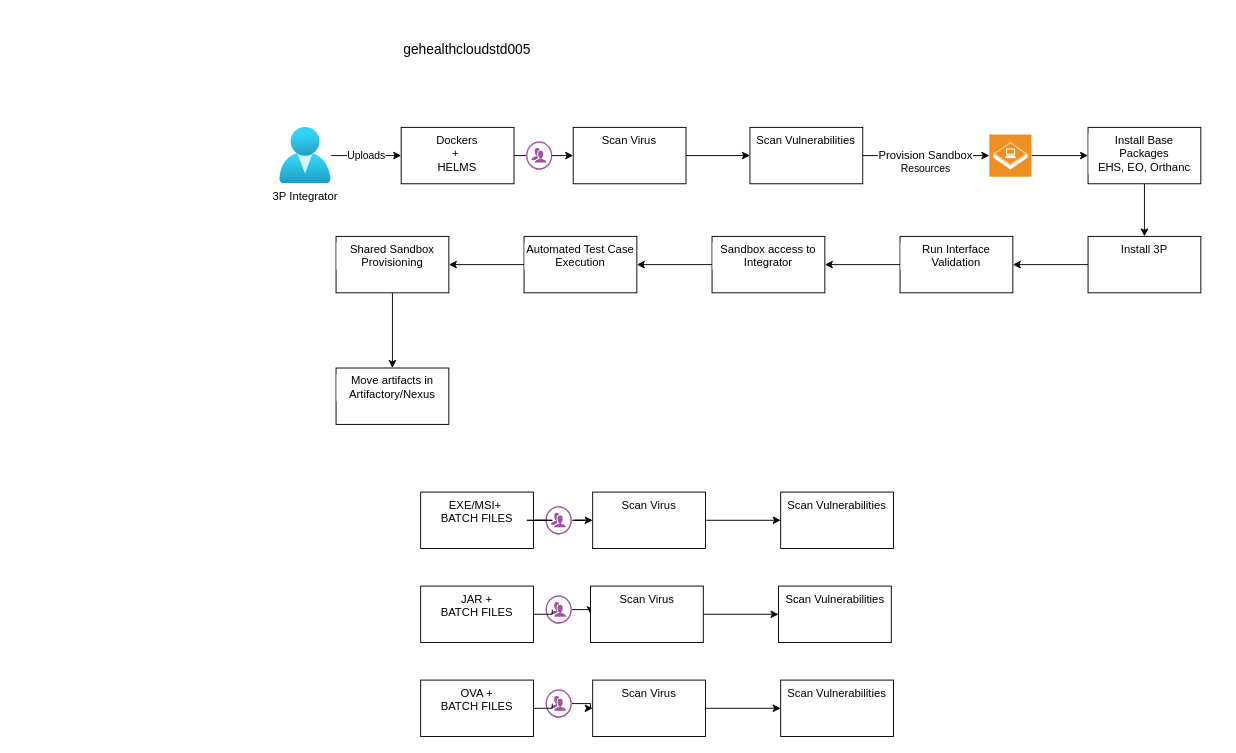
Above: Onboarding_Portal.drawio in rahoolp/gediagrams (draw.io), before the change. Source tidied: cells renumbered, new cells numbered last; positions are measured from the earlier drawing's top-left corner, leaving out a move shared by most shapes. Both pictures are drawn from the tidied source at 94%, with x=0, y=0 at pixel (279, 35). Pictures stored in the file or linked from it are replaced by grey dashed boxes.
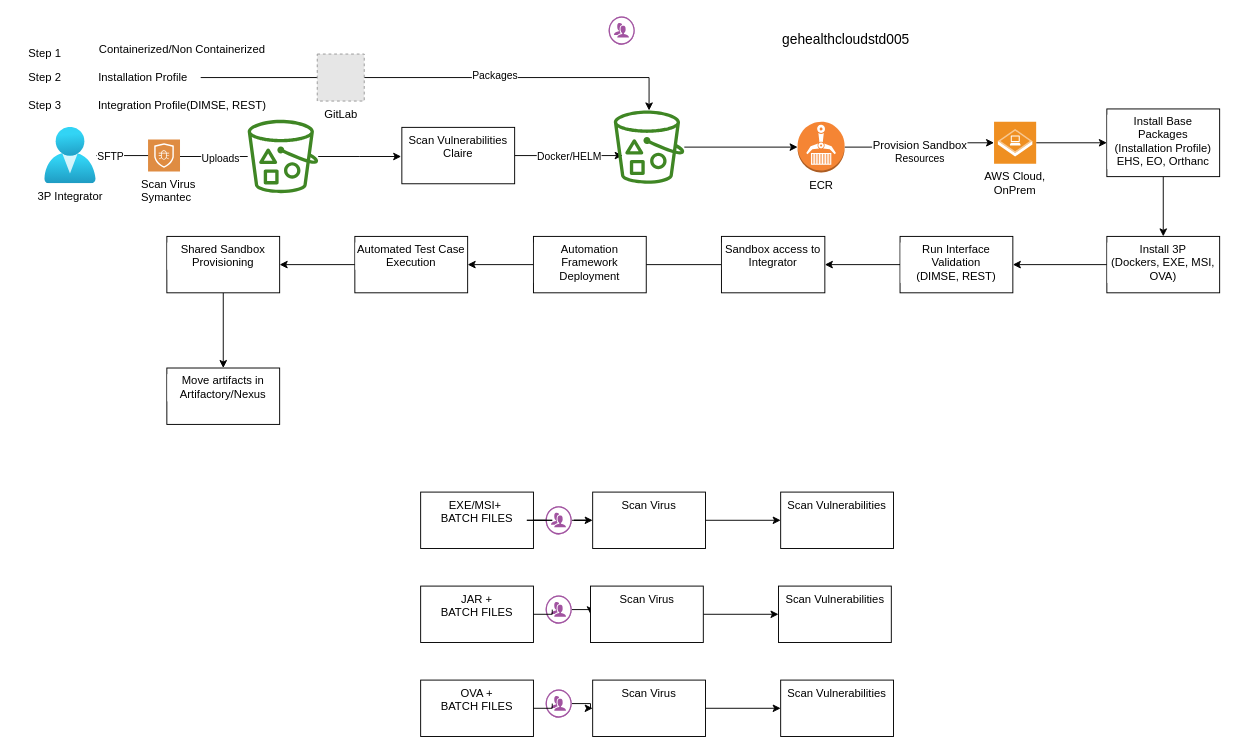
The same diagram, later.

Change to the diagram source:
```diff
@@
-    <mxCell id="2" value="Uploads" style="edgeStyle=orthogonalEdgeStyle;rounded=0;jettySize=auto;html=1;" parent="1" edge="1" source="3" target="5">
-      <mxGeometry relative="1" as="geometry" />
-    </mxCell>
     <mxCell id="3" value="3P Integrator" style="html=1;points=[];align=center;image;fontSize=12;image=img/lib/azure2/identity/Users.svg;" parent="1" vertex="1">
-      <mxGeometry y="98" width="54.9" height="60" as="geometry" />
+      <mxGeometry x="-250" y="98" width="54.9" height="60" as="geometry" />
     </mxCell>
-    <mxCell id="4" style="edgeStyle=orthogonalEdgeStyle;rounded=0;jettySize=auto;html=1;" parent="1" edge="1" source="5" target="7">
-      <mxGeometry relative="1" as="geometry" />
+    <mxCell id="4" style="edgeStyle=orthogonalEdgeStyle;rounded=0;orthogonalLoop=1;jettySize=auto;html=1;" parent="1" edge="1">
+      <mxGeometry relative="1" as="geometry">
+        <mxPoint x="312.3" y="128" as="targetPoint" />
+      </mxGeometry>
     </mxCell>
-    <mxCell id="5" value="Dockers&lt;br&gt;+&amp;nbsp;&lt;br&gt;HELMS" style="whiteSpace=wrap;html=1;verticalAlign=top;labelBackgroundColor=default;" parent="1" vertex="1">
-      <mxGeometry x="129.3" y="98" width="120" height="60" as="geometry" />
-    </mxCell>
-    <mxCell id="6" style="edgeStyle=orthogonalEdgeStyle;rounded=0;jettySize=auto;html=1;" parent="1" edge="1" source="7" target="15">
-      <mxGeometry relative="1" as="geometry" />
-    </mxCell>
-    <mxCell id="7" value="Scan Virus" style="whiteSpace=wrap;html=1;verticalAlign=top;labelBackgroundColor=default;" parent="1" vertex="1">
-      <mxGeometry x="312.3" y="98" width="120" height="60" as="geometry" />
-    </mxCell>
@@
-    <mxCell id="14" value="&lt;br&gt;&lt;span style=&quot;color: rgb(0, 0, 0); font-family: Helvetica; font-size: 12px; font-style: normal; font-variant-ligatures: normal; font-variant-caps: normal; font-weight: 400; letter-spacing: normal; orphans: 2; text-align: center; text-indent: 0px; text-transform: none; widows: 2; word-spacing: 0px; -webkit-text-stroke-width: 0px; background-color: rgb(255, 255, 255); text-decoration-thickness: initial; text-decoration-style: initial; text-decoration-color: initial; float: none; display: inline !important;&quot;&gt;Provision Sandbox&lt;/span&gt;&lt;br style=&quot;color: rgb(0, 0, 0); font-family: Helvetica; font-size: 12px; font-style: normal; font-variant-ligatures: normal; font-variant-caps: normal; font-weight: 400; letter-spacing: normal; orphans: 2; text-align: center; text-indent: 0px; text-transform: none; widows: 2; word-spacing: 0px; -webkit-text-stroke-width: 0px; text-decoration-thickness: initial; text-decoration-style: initial; text-decoration-color: initial;&quot;&gt;Resources" style="edgeStyle=orthogonalEdgeStyle;rounded=0;jettySize=auto;html=1;" parent="1" edge="1" source="15" target="29">
+    <mxCell id="14" value="&lt;br&gt;&lt;span style=&quot;color: rgb(0, 0, 0); font-family: Helvetica; font-size: 12px; font-style: normal; font-variant-ligatures: normal; font-variant-caps: normal; font-weight: 400; letter-spacing: normal; orphans: 2; text-align: center; text-indent: 0px; text-transform: none; widows: 2; word-spacing: 0px; -webkit-text-stroke-width: 0px; background-color: rgb(255, 255, 255); text-decoration-thickness: initial; text-decoration-style: initial; text-decoration-color: initial; float: none; display: inline !important;&quot;&gt;Provision Sandbox&lt;/span&gt;&lt;br style=&quot;color: rgb(0, 0, 0); font-family: Helvetica; font-size: 12px; font-style: normal; font-variant-ligatures: normal; font-variant-caps: normal; font-weight: 400; letter-spacing: normal; orphans: 2; text-align: center; text-indent: 0px; text-transform: none; widows: 2; word-spacing: 0px; -webkit-text-stroke-width: 0px; text-decoration-thickness: initial; text-decoration-style: initial; text-decoration-color: initial;&quot;&gt;Resources" style="edgeStyle=orthogonalEdgeStyle;rounded=0;jettySize=auto;html=1;exitX=1;exitY=0.5;exitDx=0;exitDy=0;exitPerimeter=0;" parent="1" edge="1" source="66" target="29">
       <mxGeometry relative="1" as="geometry" />
     </mxCell>
+    <mxCell id="48" value="Docker/HELM" style="edgeStyle=orthogonalEdgeStyle;rounded=0;jettySize=auto;html=1;" parent="1" edge="1" source="15">
+      <mxGeometry relative="1" as="geometry">
+        <mxPoint x="364.9" y="128" as="targetPoint" />
+      </mxGeometry>
+    </mxCell>
-    <mxCell id="15" value="Scan Vulnerabilities" style="whiteSpace=wrap;html=1;verticalAlign=top;labelBackgroundColor=default;" parent="1" vertex="1">
-      <mxGeometry x="500.3" y="98" width="120" height="60" as="geometry" />
+    <mxCell id="15" value="Scan Vulnerabilities&lt;br&gt;Claire" style="whiteSpace=wrap;html=1;verticalAlign=top;labelBackgroundColor=default;" parent="1" vertex="1">
+      <mxGeometry x="130" y="98" width="120" height="60" as="geometry" />
     </mxCell>
@@
     <mxCell id="19" style="verticalLabelPosition=bottom;sketch=0;html=1;fillColor=#A153A0;strokeColor=#ffffff;verticalAlign=top;align=center;shape=mxgraph.cisco_safe.compositeIcon;bgIcon=ellipse;resIcon=mxgraph.cisco_safe.design.users;" parent="1" vertex="1">
-      <mxGeometry x="262.3" y="113" width="27.7" height="30" as="geometry" />
+      <mxGeometry x="350" y="-20" width="27.7" height="30" as="geometry" />
     </mxCell>
@@
-    <mxCell id="29" style="shadow=0;dashed=0;html=1;strokeColor=none;fillColor=#EF8F21;labelPosition=center;verticalLabelPosition=bottom;verticalAlign=top;align=center;outlineConnect=0;shape=mxgraph.veeam.2d.on_demand_sandbox;" parent="1" vertex="1">
-      <mxGeometry x="755" y="105.6" width="44.8" height="44.8" as="geometry" />
+    <mxCell id="29" value="AWS Cloud,&lt;br&gt;OnPrem" style="shadow=0;dashed=0;html=1;strokeColor=none;fillColor=#EF8F21;labelPosition=center;verticalLabelPosition=bottom;verticalAlign=top;align=center;outlineConnect=0;shape=mxgraph.veeam.2d.on_demand_sandbox;" parent="1" vertex="1">
+      <mxGeometry x="760" y="92" width="44.8" height="44.8" as="geometry" />
     </mxCell>
@@
-    <mxCell id="35" value="Install Base Packages&lt;br&gt;EHS, EO, Orthanc" style="whiteSpace=wrap;html=1;verticalAlign=top;labelBackgroundColor=default;" parent="1" vertex="1">
-      <mxGeometry x="860" y="98" width="120" height="60" as="geometry" />
+    <mxCell id="35" value="Install Base Packages &lt;br&gt;(Installation Profile)&lt;br&gt;EHS, EO, Orthanc" style="whiteSpace=wrap;html=1;verticalAlign=top;labelBackgroundColor=default;" parent="1" vertex="1">
+      <mxGeometry x="880" y="78.4" width="120" height="72" as="geometry" />
     </mxCell>
@@
-    <mxCell id="37" value="Install 3P" style="whiteSpace=wrap;html=1;verticalAlign=top;labelBackgroundColor=default;" parent="1" vertex="1">
-      <mxGeometry x="860" y="214" width="120" height="60" as="geometry" />
+    <mxCell id="37" value="Install 3P&lt;br&gt;(Dockers, EXE, MSI, OVA)" style="whiteSpace=wrap;html=1;verticalAlign=top;labelBackgroundColor=default;" parent="1" vertex="1">
+      <mxGeometry x="880" y="214" width="120" height="60" as="geometry" />
     </mxCell>
@@
-    <mxCell id="39" value="Run Interface Validation" style="whiteSpace=wrap;html=1;verticalAlign=top;labelBackgroundColor=default;" parent="1" vertex="1">
+    <mxCell id="39" value="Run Interface Validation&lt;br&gt;(DIMSE, REST)" style="whiteSpace=wrap;html=1;verticalAlign=top;labelBackgroundColor=default;" parent="1" vertex="1">
       <mxGeometry x="660" y="214" width="120" height="60" as="geometry" />
     </mxCell>
@@
     <mxCell id="41" value="Sandbox access to Integrator" style="whiteSpace=wrap;html=1;verticalAlign=top;labelBackgroundColor=default;" parent="1" vertex="1">
-      <mxGeometry x="460" y="214" width="120" height="60" as="geometry" />
+      <mxGeometry x="470" y="214" width="110" height="60" as="geometry" />
     </mxCell>
@@
     <mxCell id="43" value="Automated Test Case Execution" style="whiteSpace=wrap;html=1;verticalAlign=top;labelBackgroundColor=default;" parent="1" vertex="1">
-      <mxGeometry x="260" y="214" width="120" height="60" as="geometry" />
+      <mxGeometry x="80" y="214" width="120" height="60" as="geometry" />
     </mxCell>
@@
     <mxCell id="45" value="Shared Sandbox Provisioning" style="whiteSpace=wrap;html=1;verticalAlign=top;labelBackgroundColor=default;" parent="1" vertex="1">
-      <mxGeometry x="60" y="214" width="120" height="60" as="geometry" />
+      <mxGeometry x="-120" y="214" width="120" height="60" as="geometry" />
     </mxCell>
     <mxCell id="46" value="&lt;span style=&quot;font-size:11.0pt;font-family:&amp;quot;Calibri&amp;quot;,sans-serif;&#10;mso-fareast-font-family:Calibri;mso-fareast-theme-font:minor-latin;mso-ansi-language:&#10;EN-US;mso-fareast-language:EN-US;mso-bidi-language:AR-SA&quot;&gt;gehealthcloudstd005&lt;/span&gt;" style="text;whiteSpace=wrap;html=1;" parent="1" vertex="1">
-      <mxGeometry x="130" width="160" height="40" as="geometry" />
+      <mxGeometry x="533" y="-10" width="160" height="40" as="geometry" />
     </mxCell>
     <mxCell id="47" value="Move artifacts in Artifactory/Nexus" style="whiteSpace=wrap;html=1;verticalAlign=top;labelBackgroundColor=default;" parent="1" vertex="1">
-      <mxGeometry x="60" y="354" width="120" height="60" as="geometry" />
+      <mxGeometry x="-120" y="354" width="120" height="60" as="geometry" />
     </mxCell>
+    <mxCell id="49" value="Automation Framework Deployment" style="whiteSpace=wrap;html=1;verticalAlign=top;labelBackgroundColor=default;" parent="1" vertex="1">
+      <mxGeometry x="270" y="214" width="120" height="60" as="geometry" />
+    </mxCell>
+    <mxCell id="50" style="edgeStyle=orthogonalEdgeStyle;rounded=0;jettySize=auto;html=1;" parent="1" edge="1" source="52" target="67">
+      <mxGeometry relative="1" as="geometry" />
+    </mxCell>
+    <mxCell id="51" value="Packages" style="edgeLabel;html=1;align=center;verticalAlign=middle;" parent="50" vertex="1">
+      <mxGeometry x="0.22" y="3" relative="1" as="geometry" />
+    </mxCell>
+    <mxCell id="52" value="Installation Profile&amp;nbsp;" style="text;html=1;align=center;verticalAlign=middle;points=[];strokeColor=none;fillColor=none;" parent="1" vertex="1">
+      <mxGeometry x="-204" y="30" width="120" height="30" as="geometry" />
+    </mxCell>
+    <mxCell id="53" value="Containerized/Non Containerized" style="text;html=1;align=center;verticalAlign=middle;strokeColor=none;fillColor=none;" parent="1" vertex="1">
+      <mxGeometry x="-204" width="200" height="30" as="geometry" />
+    </mxCell>
+    <mxCell id="54" value="Integration Profile(DIMSE, REST)" style="text;html=1;align=center;verticalAlign=middle;strokeColor=none;fillColor=none;" parent="1" vertex="1">
+      <mxGeometry x="-204" y="60" width="200" height="30" as="geometry" />
+    </mxCell>
+    <mxCell id="55" value="Step 1" style="text;html=1;align=center;verticalAlign=middle;strokeColor=none;fillColor=none;" parent="1" vertex="1">
+      <mxGeometry x="-280" y="5" width="60" height="30" as="geometry" />
+    </mxCell>
+    <mxCell id="56" value="Step 2" style="text;html=1;align=center;verticalAlign=middle;strokeColor=none;fillColor=none;" parent="1" vertex="1">
+      <mxGeometry x="-280" y="30" width="60" height="30" as="geometry" />
+    </mxCell>
+    <mxCell id="57" value="Step 3" style="text;html=1;align=center;verticalAlign=middle;strokeColor=none;fillColor=none;" parent="1" vertex="1">
+      <mxGeometry x="-280" y="60" width="60" height="30" as="geometry" />
+    </mxCell>
+    <mxCell id="58" style="edgeStyle=orthogonalEdgeStyle;rounded=0;jettySize=auto;html=1;endArrow=none;" parent="1" edge="1" source="3" target="62">
+      <mxGeometry x="0.07" y="-2" relative="1" as="geometry" />
+    </mxCell>
+    <mxCell id="59" value="SFTP" style="edgeLabel;html=1;align=center;verticalAlign=middle;" parent="58" vertex="1">
+      <mxGeometry x="-0.23" relative="1" as="geometry">
+        <mxPoint x="-47" as="offset" />
+      </mxGeometry>
+    </mxCell>
+    <mxCell id="2" value="Uploads" style="edgeLabel;html=1;align=center;verticalAlign=middle;" parent="58" vertex="1">
+      <mxGeometry x="0.64" y="-1" relative="1" as="geometry" />
+    </mxCell>
+    <mxCell id="60" style="sketch=0;shadow=0;dashed=0;html=1;strokeColor=none;fillColor=#DF8C42;labelPosition=center;verticalLabelPosition=bottom;verticalAlign=top;align=center;shape=mxgraph.veeam2.antivirus;" parent="1" vertex="1">
+      <mxGeometry x="-140" y="111" width="34" height="34" as="geometry" />
+    </mxCell>
+    <mxCell id="61" style="edgeStyle=orthogonalEdgeStyle;rounded=0;jettySize=auto;html=1;" parent="1" edge="1" source="62">
+      <mxGeometry relative="1" as="geometry">
+        <mxPoint x="129.3" y="129" as="targetPoint" />
+      </mxGeometry>
+    </mxCell>
+    <mxCell id="62" style="sketch=0;outlineConnect=0;fontColor=#232F3E;gradientColor=none;fillColor=#3F8624;strokeColor=none;dashed=0;verticalLabelPosition=bottom;verticalAlign=top;align=center;html=1;fontSize=12;fontStyle=0;shape=mxgraph.aws4.bucket_with_objects;" parent="1" vertex="1">
+      <mxGeometry x="-34" y="90" width="75" height="78" as="geometry" />
+    </mxCell>
+    <mxCell id="63" value="&lt;span style=&quot;color: rgb(0, 0, 0); font-family: Helvetica; font-size: 12px; font-style: normal; font-variant-ligatures: normal; font-variant-caps: normal; font-weight: 400; letter-spacing: normal; orphans: 2; text-align: center; text-indent: 0px; text-transform: none; widows: 2; word-spacing: 0px; -webkit-text-stroke-width: 0px; background-color: rgb(255, 255, 255); text-decoration-thickness: initial; text-decoration-style: initial; text-decoration-color: initial; float: none; display: inline !important;&quot;&gt;Scan Virus&lt;/span&gt;&lt;br style=&quot;color: rgb(0, 0, 0); font-family: Helvetica; font-size: 12px; font-style: normal; font-variant-ligatures: normal; font-variant-caps: normal; font-weight: 400; letter-spacing: normal; orphans: 2; text-align: center; text-indent: 0px; text-transform: none; widows: 2; word-spacing: 0px; -webkit-text-stroke-width: 0px; text-decoration-thickness: initial; text-decoration-style: initial; text-decoration-color: initial;&quot;&gt;&lt;span style=&quot;color: rgb(0, 0, 0); font-family: Helvetica; font-size: 12px; font-style: normal; font-variant-ligatures: normal; font-variant-caps: normal; font-weight: 400; letter-spacing: normal; orphans: 2; text-align: center; text-indent: 0px; text-transform: none; widows: 2; word-spacing: 0px; -webkit-text-stroke-width: 0px; background-color: rgb(255, 255, 255); text-decoration-thickness: initial; text-decoration-style: initial; text-decoration-color: initial; float: none; display: inline !important;&quot;&gt;Symantec&lt;/span&gt;" style="text;whiteSpace=wrap;html=1;" parent="1" vertex="1">
+      <mxGeometry x="-149" y="145" width="90" height="50" as="geometry" />
+    </mxCell>
+    <mxCell id="64" style="edgeStyle=orthogonalEdgeStyle;rounded=0;jettySize=auto;html=1;" parent="1" edge="1" source="67" target="66">
+      <mxGeometry relative="1" as="geometry" />
+    </mxCell>
+    <mxCell id="65" value="GitLab" style="fillColor=#E6E6E6;strokeColor=#999999;dashed=1;html=1;verticalAlign=top;verticalLabelPosition=bottom;labelBackgroundColor=#ffffff;" parent="1" vertex="1">
+      <mxGeometry x="40" y="20" width="50" height="50" as="geometry" />
+    </mxCell>
+    <mxCell id="66" value="ECR" style="outlineConnect=0;dashed=0;verticalLabelPosition=bottom;verticalAlign=top;align=center;html=1;shape=mxgraph.aws3.ecr;fillColor=#F58534;gradientColor=none;" parent="1" vertex="1">
+      <mxGeometry x="551" y="92" width="50" height="54" as="geometry" />
+    </mxCell>
+    <mxCell id="67" style="sketch=0;outlineConnect=0;fontColor=#232F3E;gradientColor=none;fillColor=#3F8624;strokeColor=none;dashed=0;verticalLabelPosition=bottom;verticalAlign=top;align=center;html=1;fontSize=12;fontStyle=0;shape=mxgraph.aws4.bucket_with_objects;" parent="1" vertex="1">
+      <mxGeometry x="355.5" y="80" width="75" height="78" as="geometry" />
+    </mxCell>
```
